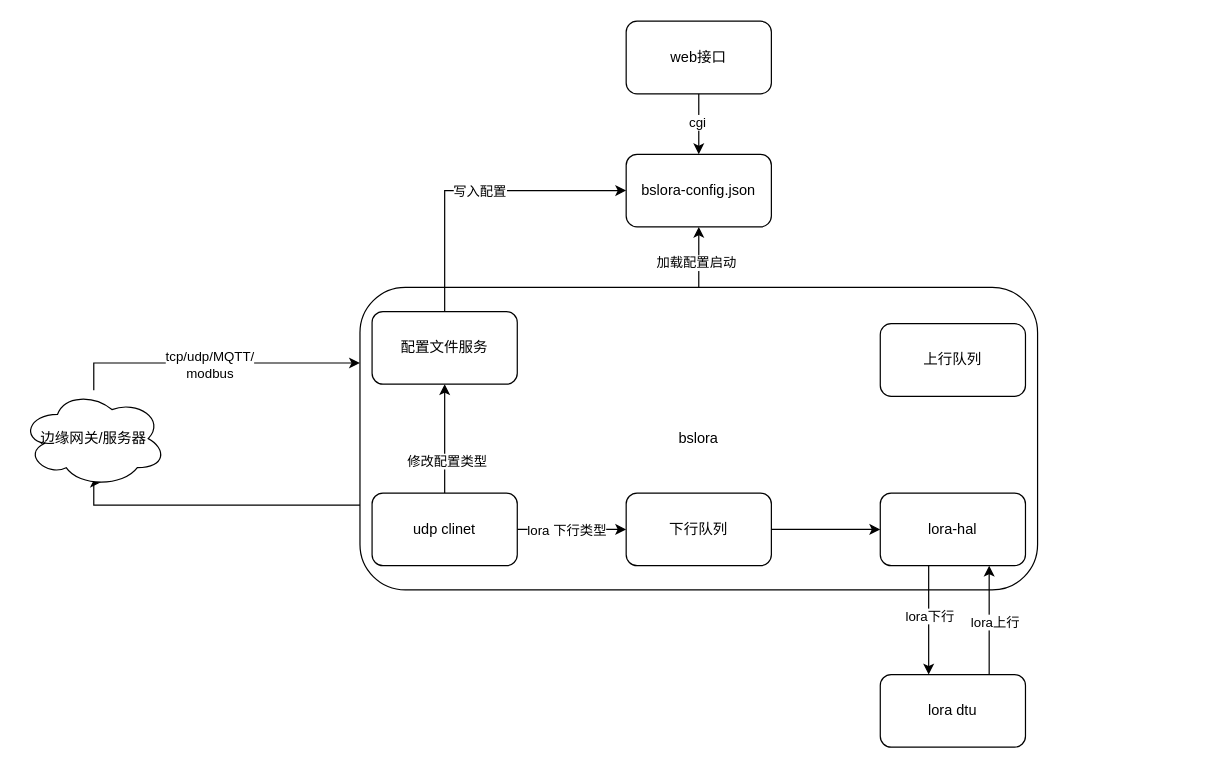
kent0628/diagrams keeps this draw.io diagram as bs-lora.drawio. Above is the earlier version. Source tidied: cells renumbered, new cells numbered last; positions are measured from the earlier drawing's top-left corner, leaving out a move shared by most shapes. Both pictures are drawn from the tidied source at 121%, with x=0, y=0 at pixel (21, 21).
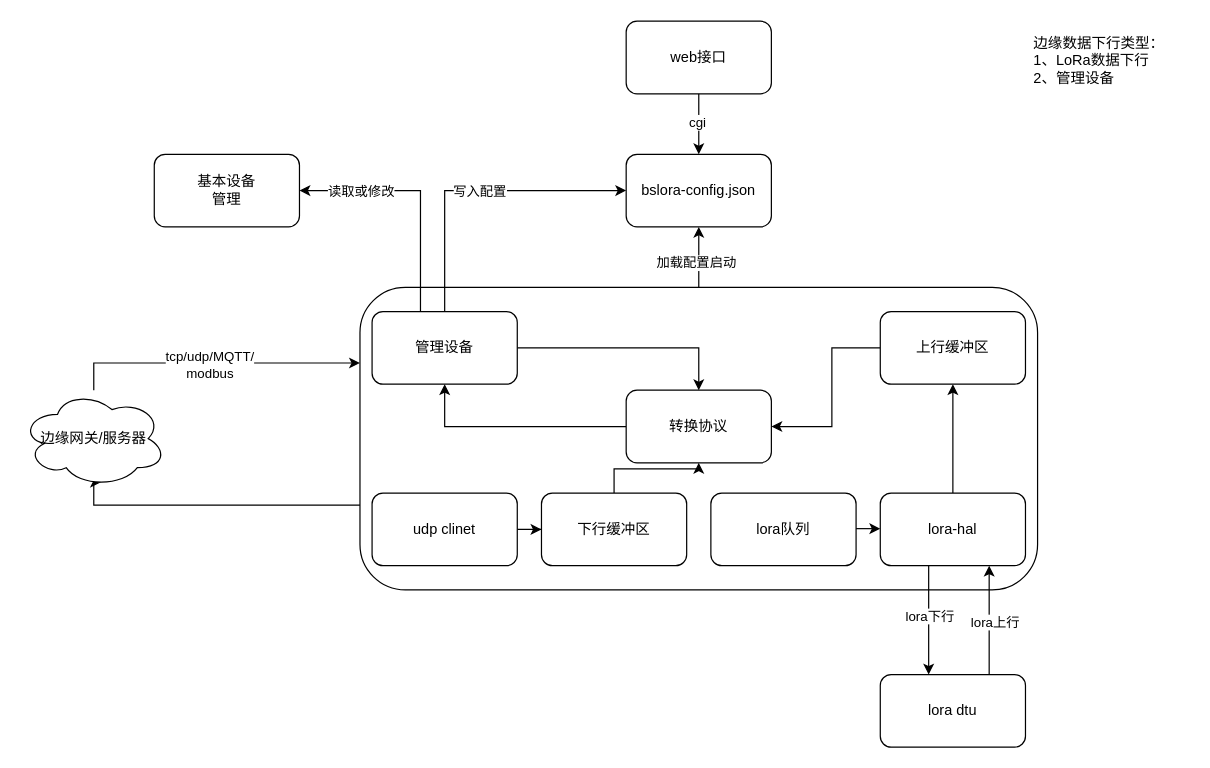
After the change.

Unchanged cells that the change refers to:
```xml
<mxCell id="12" value="lora-hal" style="rounded=1;whiteSpace=wrap;html=1;" parent="1" vertex="1">
  <mxGeometry x="710" y="390" width="120" height="60" as="geometry" />
</mxCell>
<mxCell id="16" style="edgeStyle=orthogonalEdgeStyle;rounded=0;jettySize=auto;html=1;" parent="1" edge="1" source="20" target="25">
  <mxGeometry relative="1" as="geometry" />
</mxCell>
<mxCell id="20" value="udp clinet" style="rounded=1;whiteSpace=wrap;html=1;" parent="1" vertex="1">
  <mxGeometry x="290" y="390" width="120" height="60" as="geometry" />
</mxCell>
```

What changed in the source:
```diff
@@
-    <mxCell id="9" value="bslora" style="rounded=1;whiteSpace=wrap;html=1;" parent="1" vertex="1">
+    <mxCell id="9" value="&lt;div style=&quot;&quot;&gt;&lt;br&gt;&lt;/div&gt;" style="rounded=1;whiteSpace=wrap;html=1;align=center;" parent="1" vertex="1">
       <mxGeometry x="280" y="220" width="560" height="250" as="geometry" />
     </mxCell>
@@
+    <mxCell id="30" style="edgeStyle=orthogonalEdgeStyle;rounded=0;jettySize=auto;html=1;" parent="1" edge="1" source="12" target="29">
+      <mxGeometry relative="1" as="geometry" />
+    </mxCell>
@@
-    <mxCell id="17" value="lora 下行类型" style="edgeLabel;html=1;align=center;verticalAlign=middle;" parent="16" vertex="1">
-      <mxGeometry x="-0.43" y="-1" relative="1" as="geometry">
-        <mxPoint x="14" y="-1" as="offset" />
-      </mxGeometry>
-    </mxCell>
-    <mxCell id="18" style="edgeStyle=orthogonalEdgeStyle;rounded=0;jettySize=auto;html=1;" parent="1" edge="1" source="20" target="28">
-      <mxGeometry relative="1" as="geometry" />
-    </mxCell>
-    <mxCell id="19" value="修改配置类型" style="edgeLabel;html=1;align=center;verticalAlign=middle;" parent="18" vertex="1">
-      <mxGeometry x="-0.4" y="-1" relative="1" as="geometry" />
-    </mxCell>
@@
-    <mxCell id="24" style="edgeStyle=orthogonalEdgeStyle;rounded=0;jettySize=auto;html=1;" parent="1" edge="1" source="25" target="12">
-      <mxGeometry relative="1" as="geometry" />
-    </mxCell>
+    <mxCell id="31" style="edgeStyle=orthogonalEdgeStyle;rounded=0;jettySize=auto;html=1;" parent="1" edge="1" source="25" target="39">
+      <mxGeometry relative="1" as="geometry" />
+    </mxCell>
-    <mxCell id="25" value="下行队列" style="rounded=1;whiteSpace=wrap;html=1;" parent="1" vertex="1">
-      <mxGeometry x="500" y="390" width="120" height="60" as="geometry" />
+    <mxCell id="25" value="下行缓冲区" style="rounded=1;whiteSpace=wrap;html=1;" parent="1" vertex="1">
+      <mxGeometry x="430" y="390" width="120" height="60" as="geometry" />
     </mxCell>
@@
+    <mxCell id="32" style="edgeStyle=orthogonalEdgeStyle;rounded=0;jettySize=auto;html=1;" parent="1" edge="1" source="28" target="37">
+      <mxGeometry relative="1" as="geometry">
+        <Array as="points">
+          <mxPoint x="330" y="140" />
+        </Array>
+      </mxGeometry>
+    </mxCell>
+    <mxCell id="33" value="读取或修改" style="edgeLabel;html=1;align=center;verticalAlign=middle;" parent="32" vertex="1">
+      <mxGeometry x="-0.19" y="-7" relative="1" as="geometry">
+        <mxPoint x="-57" y="-19" as="offset" />
+      </mxGeometry>
+    </mxCell>
+    <mxCell id="34" style="edgeStyle=orthogonalEdgeStyle;rounded=0;jettySize=auto;html=1;" parent="1" edge="1" source="28" target="39">
+      <mxGeometry relative="1" as="geometry" />
+    </mxCell>
-    <mxCell id="28" value="配置文件服务" style="rounded=1;whiteSpace=wrap;html=1;" parent="1" vertex="1">
+    <mxCell id="28" value="管理设备" style="rounded=1;whiteSpace=wrap;html=1;" parent="1" vertex="1">
       <mxGeometry x="290" y="240" width="120" height="60" as="geometry" />
     </mxCell>
+    <mxCell id="35" style="edgeStyle=orthogonalEdgeStyle;rounded=0;jettySize=auto;html=1;" parent="1" edge="1" source="29" target="39">
+      <mxGeometry relative="1" as="geometry">
+        <Array as="points">
+          <mxPoint x="670" y="270" />
+          <mxPoint x="670" y="335" />
+        </Array>
+      </mxGeometry>
+    </mxCell>
-    <mxCell id="29" value="上行队列" style="rounded=1;whiteSpace=wrap;html=1;" parent="1" vertex="1">
-      <mxGeometry x="710" y="250" width="120" height="60" as="geometry" />
+    <mxCell id="29" value="上行缓冲区" style="rounded=1;whiteSpace=wrap;html=1;" parent="1" vertex="1">
+      <mxGeometry x="710" y="240" width="120" height="60" as="geometry" />
     </mxCell>
+    <mxCell id="36" value="边缘数据下行类型：&lt;br&gt;1、LoRa数据下行&lt;br&gt;2、管理设备" style="text;html=1;align=left;verticalAlign=middle;strokeColor=none;fillColor=none;" parent="1" vertex="1">
+      <mxGeometry x="835" y="3" width="130" height="60" as="geometry" />
+    </mxCell>
+    <mxCell id="37" value="基本设备&lt;br&gt;管理" style="rounded=1;whiteSpace=wrap;html=1;" parent="1" vertex="1">
+      <mxGeometry x="110" y="110" width="120" height="60" as="geometry" />
+    </mxCell>
+    <mxCell id="38" style="edgeStyle=orthogonalEdgeStyle;rounded=0;jettySize=auto;html=1;" parent="1" edge="1" source="39" target="28">
+      <mxGeometry relative="1" as="geometry" />
+    </mxCell>
+    <mxCell id="39" value="转换协议" style="rounded=1;whiteSpace=wrap;html=1;" parent="1" vertex="1">
+      <mxGeometry x="500" y="305" width="120" height="60" as="geometry" />
+    </mxCell>
+    <mxCell id="40" value="lora队列" style="rounded=1;whiteSpace=wrap;html=1;" parent="1" vertex="1">
+      <mxGeometry x="570" y="390" width="120" height="60" as="geometry" />
+    </mxCell>
+    <mxCell id="41" style="edgeStyle=orthogonalEdgeStyle;rounded=0;orthogonalLoop=1;jettySize=auto;html=1;" parent="1" edge="1">
+      <mxGeometry relative="1" as="geometry">
+        <mxPoint x="690" y="419.4" as="sourcePoint" />
+        <mxPoint x="710" y="419.4" as="targetPoint" />
+      </mxGeometry>
+    </mxCell>
```
